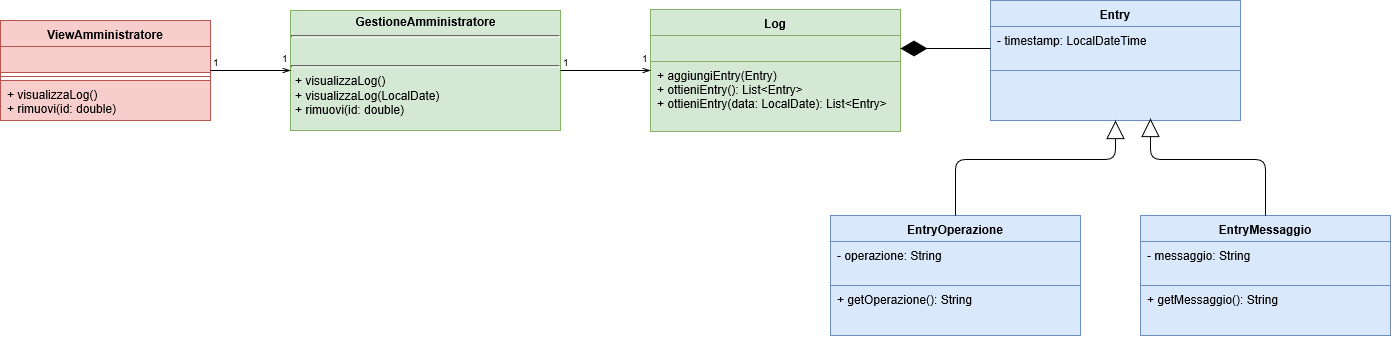
The draw.io diagram Progetto Dettaglio Alexandria/DettaglioAmministratore.png in SundavarBlaka/Alexandria, before a commit. Source tidied: cells renumbered, new cells last; positions are measured from the earlier drawing's top-left corner, leaving out a move shared by most shapes. The source it was exported from:
```xml
<mxGraphModel>
  <root>
    <mxCell id="0" />
    <mxCell id="1" parent="0" />
    <mxCell id="2" value="&lt;p style=&quot;margin: 0px ; margin-top: 4px ; text-align: center&quot;&gt;&lt;b&gt;GestioneAmministratore&lt;/b&gt;&lt;/p&gt;&lt;p style=&quot;margin: 0px ; margin-top: 4px ; text-align: center&quot;&gt;&lt;i&gt;&lt;/i&gt;&lt;i&gt;&lt;/i&gt;&lt;b&gt;&lt;/b&gt;&lt;/p&gt;&lt;hr size=&quot;1&quot;&gt;&lt;p style=&quot;margin: 0px ; margin-left: 4px&quot;&gt;&lt;br&gt;&lt;/p&gt;&lt;hr size=&quot;1&quot;&gt;&lt;p style=&quot;margin: 0px ; margin-left: 4px&quot;&gt;+ visualizzaLog()&lt;/p&gt;&lt;p style=&quot;margin: 0px ; margin-left: 4px&quot;&gt;+ visualizzaLog(LocalDate)&lt;/p&gt;&lt;p style=&quot;margin: 0px ; margin-left: 4px&quot;&gt;+ rimuovi(id: double)&lt;/p&gt;" style="verticalAlign=top;align=left;overflow=fill;fontSize=12;fontFamily=Helvetica;html=1;fillColor=#d5e8d4;strokeColor=#82b366;" parent="1" vertex="1">
      <mxGeometry x="290" y="10" width="270" height="120" as="geometry" />
    </mxCell>
    <mxCell id="3" value="Log&#10;" style="swimlane;fontStyle=1;align=center;verticalAlign=top;horizontal=1;startSize=26;fillColor=#d5e8d4;strokeColor=#82b366;" parent="1" vertex="1">
      <mxGeometry x="650" y="9" width="250" height="122" as="geometry" />
    </mxCell>
    <mxCell id="4" style="text;strokeColor=#82b366;fillColor=#d5e8d4;align=left;verticalAlign=top;spacingLeft=4;spacingRight=4;overflow=hidden;points=[[0,0.5],[1,0.5]];portConstraint=eastwest;" parent="3" vertex="1">
      <mxGeometry y="26" width="250" height="26" as="geometry" />
    </mxCell>
    <mxCell id="5" value="+ aggiungiEntry(Entry)&#10;+ ottieniEntry(): List&lt;Entry&gt;&#10;+ ottieniEntry(data: LocalDate): List&lt;Entry&gt;&#10;" style="text;strokeColor=#82b366;fillColor=#d5e8d4;align=left;verticalAlign=top;spacingLeft=4;spacingRight=4;overflow=hidden;" parent="3" vertex="1">
      <mxGeometry y="52" width="250" height="70" as="geometry" />
    </mxCell>
    <mxCell id="6" value="Entry" style="swimlane;fontStyle=1;align=center;verticalAlign=top;horizontal=1;startSize=26;fillColor=#dae8fc;strokeColor=#6c8ebf;" parent="1" vertex="1">
      <mxGeometry x="990" width="250" height="120" as="geometry" />
    </mxCell>
    <mxCell id="7" value="- timestamp: LocalDateTime&#10;" style="text;strokeColor=#6c8ebf;fillColor=#dae8fc;align=left;verticalAlign=top;spacingLeft=4;spacingRight=4;overflow=hidden;points=[[0,0.5],[1,0.5]];portConstraint=eastwest;" parent="6" vertex="1">
      <mxGeometry y="26" width="250" height="44" as="geometry" />
    </mxCell>
    <mxCell id="8" style="line;strokeWidth=1;fillColor=none;align=left;verticalAlign=middle;spacingTop=-1;spacingLeft=3;spacingRight=3;labelPosition=right;" parent="6" vertex="1">
      <mxGeometry y="70" width="250" as="geometry" />
    </mxCell>
    <mxCell id="9" value="&#10;" style="text;strokeColor=#6c8ebf;fillColor=#dae8fc;align=left;verticalAlign=top;spacingLeft=4;spacingRight=4;overflow=hidden;points=[[0,0.5],[1,0.5]];portConstraint=eastwest;" parent="6" vertex="1">
      <mxGeometry y="70" width="250" height="50" as="geometry" />
    </mxCell>
    <mxCell id="10" style="endArrow=diamondThin;endFill=1;endSize=24;html=1;exitX=0;exitY=0.5;exitDx=0;exitDy=0;entryX=1;entryY=0.5;entryDx=0;entryDy=0;" parent="1" edge="1" source="7" target="4">
      <mxGeometry relative="1" as="geometry" />
    </mxCell>
    <mxCell id="11" value="EntryOperazione" style="swimlane;fontStyle=1;align=center;verticalAlign=top;horizontal=1;startSize=26;fillColor=#dae8fc;strokeColor=#6c8ebf;" parent="1" vertex="1">
      <mxGeometry x="830" y="215" width="250" height="120" as="geometry" />
    </mxCell>
    <mxCell id="12" value="- operazione: String" style="text;strokeColor=#6c8ebf;fillColor=#dae8fc;align=left;verticalAlign=top;spacingLeft=4;spacingRight=4;overflow=hidden;" parent="11" vertex="1">
      <mxGeometry y="26" width="250" height="44" as="geometry" />
    </mxCell>
    <mxCell id="13" style="line;strokeWidth=1;fillColor=none;align=left;verticalAlign=middle;spacingTop=-1;spacingLeft=3;spacingRight=3;labelPosition=right;" parent="11" vertex="1">
      <mxGeometry y="70" width="250" as="geometry" />
    </mxCell>
    <mxCell id="14" value="+ getOperazione(): String" style="text;strokeColor=#6c8ebf;fillColor=#dae8fc;align=left;verticalAlign=top;spacingLeft=4;spacingRight=4;overflow=hidden;" parent="11" vertex="1">
      <mxGeometry y="70" width="250" height="50" as="geometry" />
    </mxCell>
    <mxCell id="15" value="EntryMessaggio" style="swimlane;fontStyle=1;align=center;verticalAlign=top;horizontal=1;startSize=26;fillColor=#dae8fc;strokeColor=#6c8ebf;" parent="1" vertex="1">
      <mxGeometry x="1140" y="215" width="250" height="120" as="geometry" />
    </mxCell>
    <mxCell id="16" value="- messaggio: String" style="text;strokeColor=#6c8ebf;fillColor=#dae8fc;align=left;verticalAlign=top;spacingLeft=4;spacingRight=4;overflow=hidden;" parent="15" vertex="1">
      <mxGeometry y="26" width="250" height="44" as="geometry" />
    </mxCell>
    <mxCell id="17" style="line;strokeWidth=1;fillColor=none;align=left;verticalAlign=middle;spacingTop=-1;spacingLeft=3;spacingRight=3;labelPosition=right;" parent="15" vertex="1">
      <mxGeometry y="70" width="250" as="geometry" />
    </mxCell>
    <mxCell id="18" value="+ getMessaggio(): String" style="text;strokeColor=#6c8ebf;fillColor=#dae8fc;align=left;verticalAlign=top;spacingLeft=4;spacingRight=4;overflow=hidden;" parent="15" vertex="1">
      <mxGeometry y="70" width="250" height="50" as="geometry" />
    </mxCell>
    <mxCell id="19" style="endArrow=block;endSize=16;endFill=0;html=1;entryX=0.5;entryY=1;entryDx=0;entryDy=0;exitX=0.5;exitY=0;exitDx=0;exitDy=0;" parent="1" edge="1" source="11" target="6">
      <mxGeometry relative="1" as="geometry">
        <Array as="points">
          <mxPoint x="955" y="159" />
          <mxPoint x="1115" y="159" />
        </Array>
      </mxGeometry>
    </mxCell>
    <mxCell id="20" style="endArrow=block;endSize=16;endFill=0;html=1;exitX=0.5;exitY=0;exitDx=0;exitDy=0;entryX=0.638;entryY=0.956;entryDx=0;entryDy=0;entryPerimeter=0;" parent="1" edge="1" source="15" target="9">
      <mxGeometry relative="1" as="geometry">
        <Array as="points">
          <mxPoint x="1265" y="159" />
          <mxPoint x="1150" y="159" />
        </Array>
      </mxGeometry>
    </mxCell>
    <mxCell id="21" style="endArrow=openThin;html=1;edgeStyle=orthogonalEdgeStyle;exitX=1;exitY=0.5;exitDx=0;exitDy=0;entryX=0;entryY=0.5;entryDx=0;entryDy=0;endFill=0;" parent="1" edge="1" source="2" target="3">
      <mxGeometry relative="1" as="geometry" />
    </mxCell>
    <mxCell id="22" value="1&lt;br&gt;" style="html=1;align=left;verticalAlign=bottom;labelBackgroundColor=#ffffff;fontSize=10;" parent="21" vertex="1">
      <mxGeometry x="-1" relative="1" as="geometry" />
    </mxCell>
    <mxCell id="23" value="1&lt;br&gt;" style="html=1;align=right;verticalAlign=bottom;labelBackgroundColor=#ffffff;fontSize=10;" parent="21" vertex="1">
      <mxGeometry x="1" relative="1" as="geometry">
        <mxPoint y="-4" as="offset" />
      </mxGeometry>
    </mxCell>
    <mxCell id="24" value="ViewAmministratore" style="swimlane;fontStyle=1;align=center;verticalAlign=top;horizontal=1;startSize=26;fillColor=#f8cecc;strokeColor=#b85450;" parent="1" vertex="1">
      <mxGeometry y="20" width="210" height="100" as="geometry" />
    </mxCell>
    <mxCell id="25" style="text;strokeColor=#b85450;fillColor=#f8cecc;align=left;verticalAlign=top;spacingLeft=4;spacingRight=4;overflow=hidden;" parent="24" vertex="1">
      <mxGeometry y="26" width="210" height="26" as="geometry" />
    </mxCell>
    <mxCell id="26" style="line;strokeWidth=1;fillColor=#f8cecc;align=left;verticalAlign=middle;spacingTop=-1;spacingLeft=3;spacingRight=3;labelPosition=right;strokeColor=#b85450;" parent="24" vertex="1">
      <mxGeometry y="52" width="210" height="8" as="geometry" />
    </mxCell>
    <mxCell id="27" value="+ visualizzaLog()&#10;+ rimuovi(id: double)&#10;" style="text;strokeColor=#b85450;fillColor=#f8cecc;align=left;verticalAlign=top;spacingLeft=4;spacingRight=4;overflow=hidden;" parent="24" vertex="1">
      <mxGeometry y="60" width="210" height="40" as="geometry" />
    </mxCell>
    <mxCell id="28" style="endArrow=openThin;html=1;edgeStyle=orthogonalEdgeStyle;exitX=1;exitY=0.5;exitDx=0;exitDy=0;endFill=0;entryX=0;entryY=0.5;entryDx=0;entryDy=0;" parent="1" edge="1" source="24" target="2">
      <mxGeometry relative="1" as="geometry">
        <Array as="points">
          <mxPoint x="270" y="70" />
          <mxPoint x="270" y="70" />
        </Array>
      </mxGeometry>
    </mxCell>
    <mxCell id="29" value="1&lt;br&gt;" style="html=1;align=left;verticalAlign=bottom;labelBackgroundColor=#ffffff;fontSize=10;" parent="28" vertex="1">
      <mxGeometry x="-1" relative="1" as="geometry" />
    </mxCell>
    <mxCell id="30" value="1&lt;br&gt;" style="html=1;align=right;verticalAlign=bottom;labelBackgroundColor=#ffffff;fontSize=10;" parent="28" vertex="1">
      <mxGeometry x="1" relative="1" as="geometry">
        <mxPoint y="-4" as="offset" />
      </mxGeometry>
    </mxCell>
  </root>
</mxGraphModel>
```
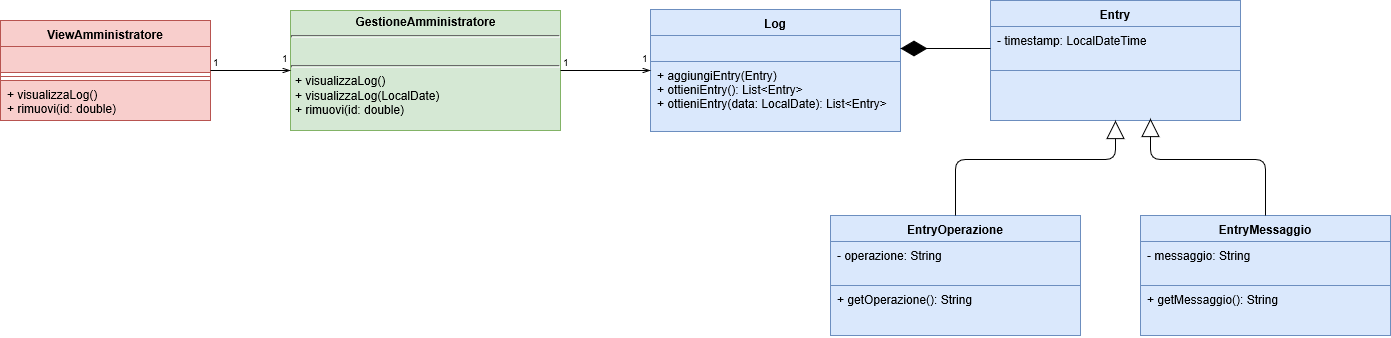
After the commit.

The edit, as a diff of the source:
```diff
@@ -5,13 +5,13 @@
     <mxCell id="2" value="&lt;p style=&quot;margin: 0px ; margin-top: 4px ; text-align: center&quot;&gt;&lt;b&gt;GestioneAmministratore&lt;/b&gt;&lt;/p&gt;&lt;p style=&quot;margin: 0px ; margin-top: 4px ; text-align: center&quot;&gt;&lt;i&gt;&lt;/i&gt;&lt;i&gt;&lt;/i&gt;&lt;b&gt;&lt;/b&gt;&lt;/p&gt;&lt;hr size=&quot;1&quot;&gt;&lt;p style=&quot;margin: 0px ; margin-left: 4px&quot;&gt;&lt;br&gt;&lt;/p&gt;&lt;hr size=&quot;1&quot;&gt;&lt;p style=&quot;margin: 0px ; margin-left: 4px&quot;&gt;+ visualizzaLog()&lt;/p&gt;&lt;p style=&quot;margin: 0px ; margin-left: 4px&quot;&gt;+ visualizzaLog(LocalDate)&lt;/p&gt;&lt;p style=&quot;margin: 0px ; margin-left: 4px&quot;&gt;+ rimuovi(id: double)&lt;/p&gt;" style="verticalAlign=top;align=left;overflow=fill;fontSize=12;fontFamily=Helvetica;html=1;fillColor=#d5e8d4;strokeColor=#82b366;" parent="1" vertex="1">
       <mxGeometry x="290" y="10" width="270" height="120" as="geometry" />
     </mxCell>
-    <mxCell id="3" value="Log&#10;" style="swimlane;fontStyle=1;align=center;verticalAlign=top;horizontal=1;startSize=26;fillColor=#d5e8d4;strokeColor=#82b366;" parent="1" vertex="1">
+    <mxCell id="3" value="Log&#10;" style="swimlane;fontStyle=1;align=center;verticalAlign=top;horizontal=1;startSize=26;fillColor=#dae8fc;strokeColor=#6c8ebf;" parent="1" vertex="1">
       <mxGeometry x="650" y="9" width="250" height="122" as="geometry" />
     </mxCell>
-    <mxCell id="4" style="text;strokeColor=#82b366;fillColor=#d5e8d4;align=left;verticalAlign=top;spacingLeft=4;spacingRight=4;overflow=hidden;points=[[0,0.5],[1,0.5]];portConstraint=eastwest;" parent="3" vertex="1">
+    <mxCell id="4" style="text;strokeColor=#6c8ebf;fillColor=#dae8fc;align=left;verticalAlign=top;spacingLeft=4;spacingRight=4;overflow=hidden;points=[[0,0.5],[1,0.5]];portConstraint=eastwest;" parent="3" vertex="1">
       <mxGeometry y="26" width="250" height="26" as="geometry" />
     </mxCell>
-    <mxCell id="5" value="+ aggiungiEntry(Entry)&#10;+ ottieniEntry(): List&lt;Entry&gt;&#10;+ ottieniEntry(data: LocalDate): List&lt;Entry&gt;&#10;" style="text;strokeColor=#82b366;fillColor=#d5e8d4;align=left;verticalAlign=top;spacingLeft=4;spacingRight=4;overflow=hidden;" parent="3" vertex="1">
+    <mxCell id="5" value="+ aggiungiEntry(Entry)&#10;+ ottieniEntry(): List&lt;Entry&gt;&#10;+ ottieniEntry(data: LocalDate): List&lt;Entry&gt;&#10;" style="text;strokeColor=#6c8ebf;fillColor=#dae8fc;align=left;verticalAlign=top;spacingLeft=4;spacingRight=4;overflow=hidden;" parent="3" vertex="1">
       <mxGeometry y="52" width="250" height="70" as="geometry" />
     </mxCell>
     <mxCell id="6" value="Entry" style="swimlane;fontStyle=1;align=center;verticalAlign=top;horizontal=1;startSize=26;fillColor=#dae8fc;strokeColor=#6c8ebf;" parent="1" vertex="1">
```
